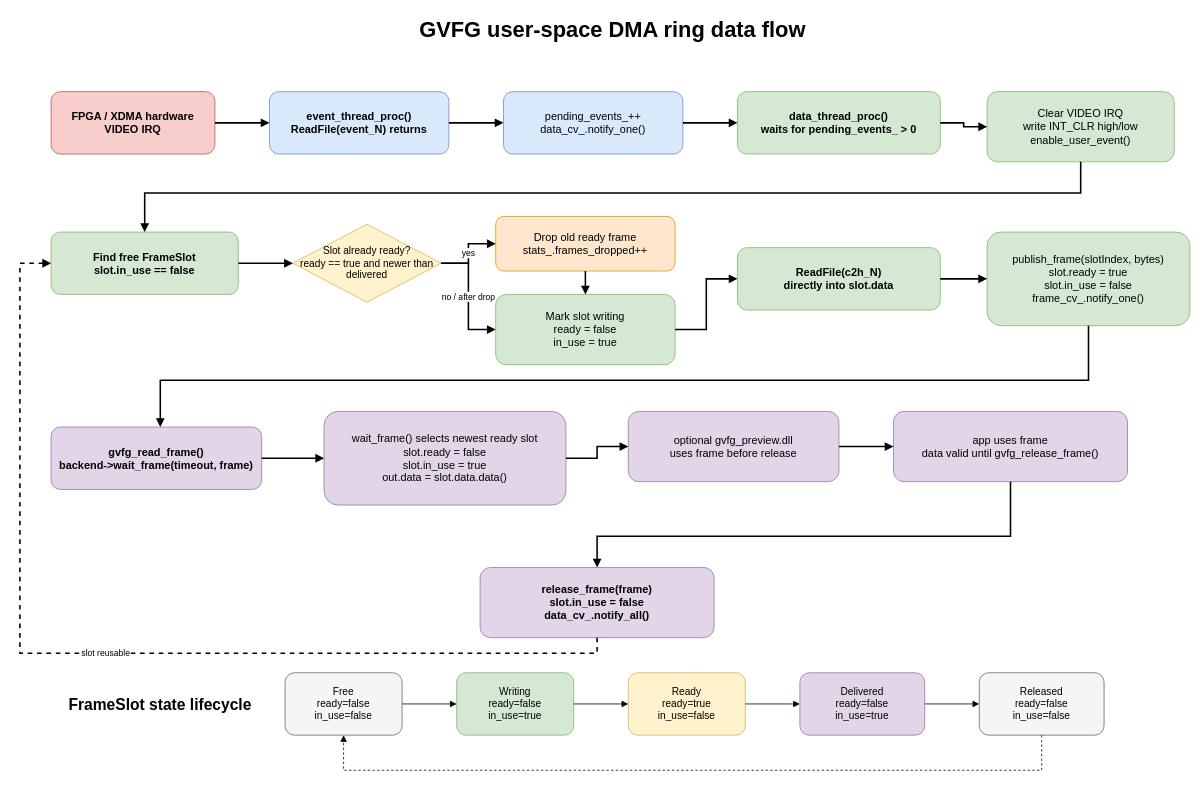
Before: docs/GVFG_DMA_RING_DATA_FLOW.drawio in MarquezLin/GVFG_Standalone, a draw.io diagram. Source tidied: cells renumbered, new cells numbered last; positions are measured from the earlier drawing's top-left corner, leaving out a move shared by most shapes. Both pictures are drawn from the tidied source at 78%, with x=0, y=0 at pixel (20, 13).
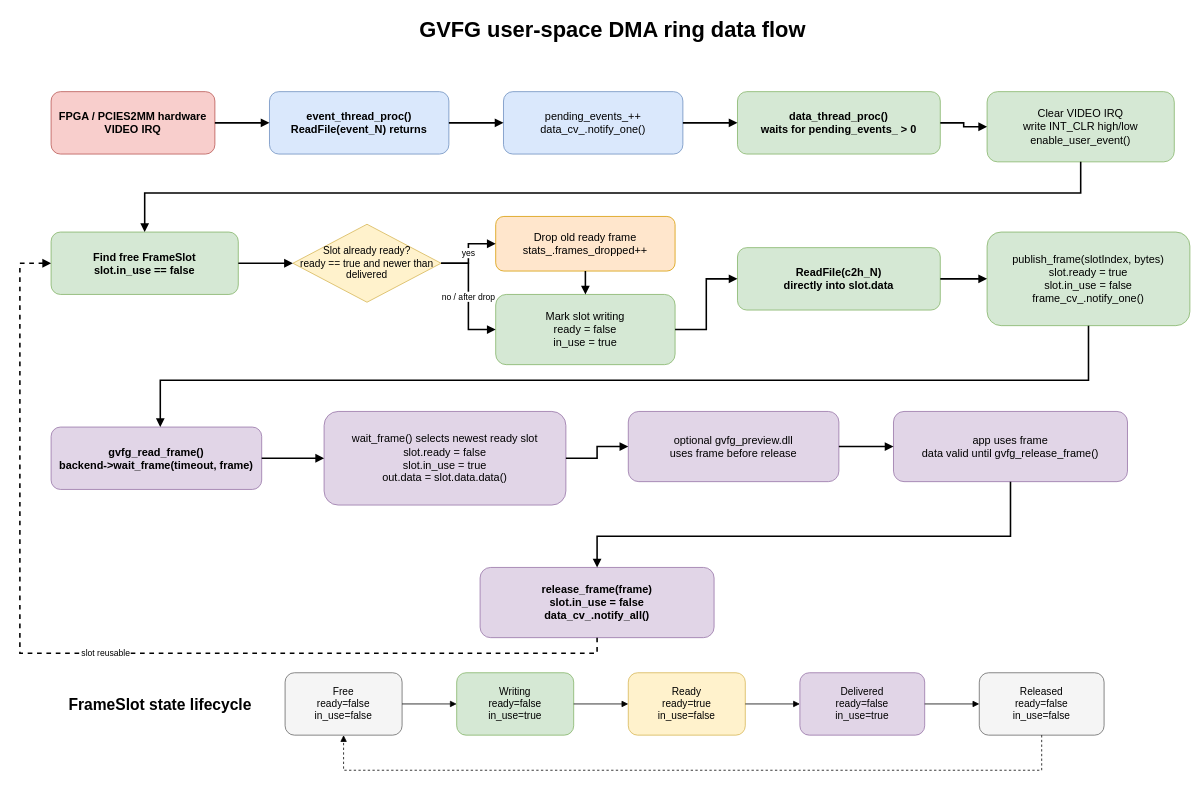
The same page after the edit.

The edit, as a diff of the source:
```diff
@@
-    <mxCell id="3" value="FPGA / XDMA hardware&#10;VIDEO IRQ" style="rounded=1;whiteSpace=wrap;html=1;fillColor=#f8cecc;strokeColor=#b85450;fontSize=14;fontStyle=1;" parent="1" vertex="1">
+    <mxCell id="3" value="FPGA / PCIES2MM hardware&#10;VIDEO IRQ" style="rounded=1;whiteSpace=wrap;html=1;fillColor=#f8cecc;strokeColor=#b85450;fontSize=14;fontStyle=1;" parent="1" vertex="1">
       <mxGeometry x="40" y="100" width="210" height="80" as="geometry" />
     </mxCell>
```
